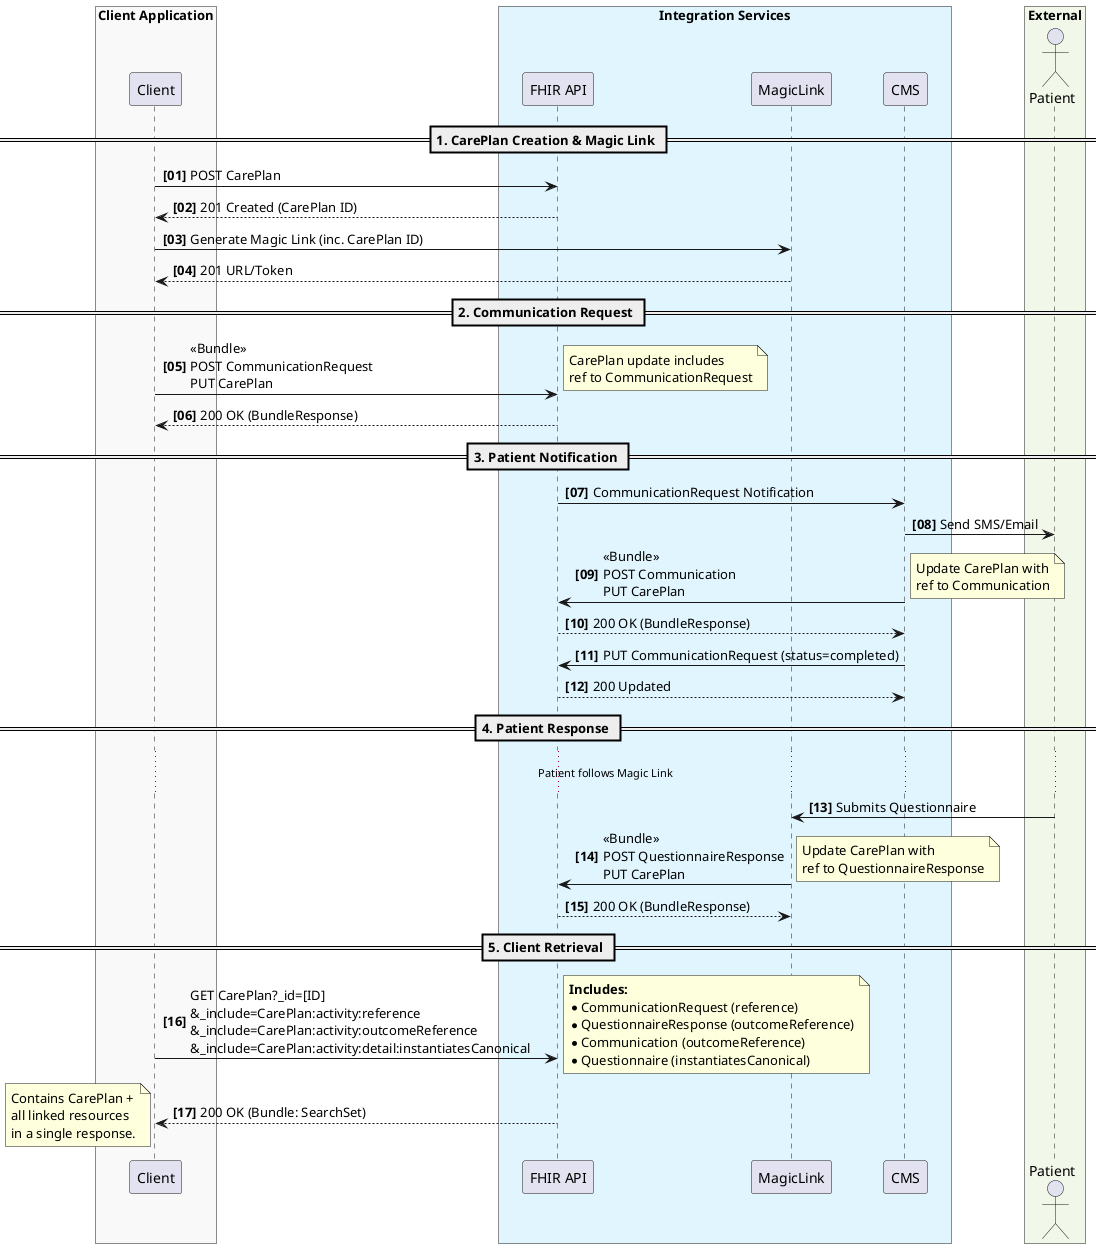
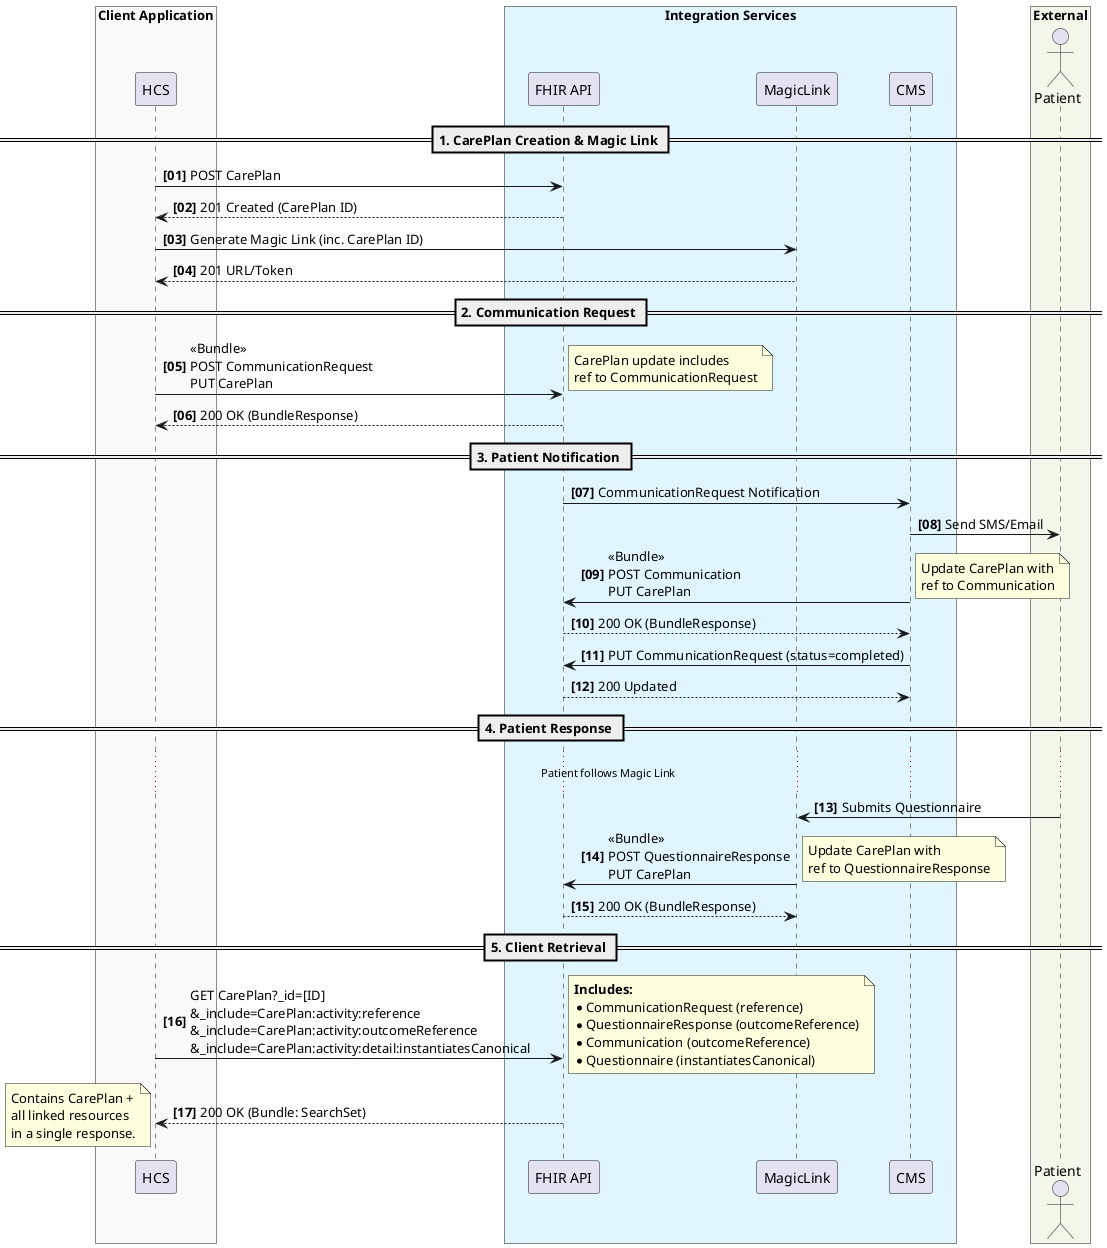
@startuml
skinparam ParticipantPadding 20
skinparam BoxPadding 10
skinparam shadowing false

box "Client Application" #f9f9f9
-     participant "Client" as Client
+     participant "HCS" as Client
end box

box "Integration Services" #e1f5fe
    participant "FHIR API" as FHIR
    participant "MagicLink" as MagicLink
    participant "CMS" as CMS
end box

box "External" #f1f8e9
    actor "Patient" as Patient
end box

autonumber "<b>[00]"

== 1. CarePlan Creation & Magic Link ==

Client -> FHIR: POST CarePlan
return 201 Created (CarePlan ID)

Client -> MagicLink: Generate Magic Link (inc. CarePlan ID)
return 201 URL/Token

== 2. Communication Request ==

Client -> FHIR: << Bundle >>\nPOST CommunicationRequest\nPUT CarePlan
note right: CarePlan update includes\nref to CommunicationRequest
return 200 OK (BundleResponse)

== 3. Patient Notification ==

FHIR -> CMS: CommunicationRequest Notification
CMS -> Patient: Send SMS/Email

CMS -> FHIR: << Bundle >>\nPOST Communication\nPUT CarePlan
note right: Update CarePlan with\nref to Communication
return 200 OK (BundleResponse)

CMS -> FHIR: PUT CommunicationRequest (status=completed)
return 200 Updated

== 4. Patient Response ==

... Patient follows Magic Link ...

Patient -> MagicLink: Submits Questionnaire
MagicLink -> FHIR: << Bundle >>\nPOST QuestionnaireResponse\nPUT CarePlan
note right: Update CarePlan with\nref to QuestionnaireResponse
return 200 OK (BundleResponse)

== 5. Client Retrieval ==

Client -> FHIR: GET CarePlan?_id=[ID]\n&_include=CarePlan:activity:reference\n&_include=CarePlan:activity:outcomeReference\n&_include=CarePlan:activity:detail:instantiatesCanonical
note right
  **Includes:**
  * CommunicationRequest (reference)
  * QuestionnaireResponse (outcomeReference)
  * Communication (outcomeReference)
  * Questionnaire (instantiatesCanonical)
end note

return 200 OK (Bundle: SearchSet)
note left
  Contains CarePlan +
  all linked resources
  in a single response.
end note



@enduml